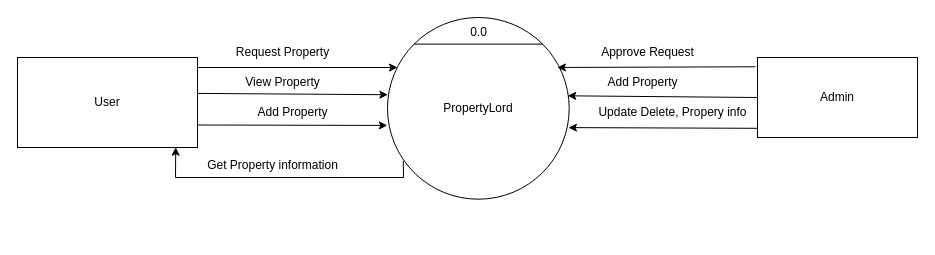
Above: Documentation/dfd.drawio in Suresh-Tamang/propertylord (draw.io), before the change. Source tidied: cells renumbered, new cells numbered last; positions are measured from the earlier drawing's top-left corner, leaving out a move shared by most shapes. Both pictures are drawn from the tidied source at 100%, with x=0, y=0 at pixel (17, 17).
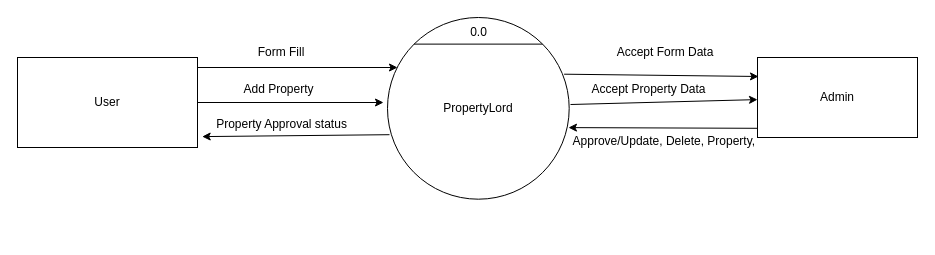
The same diagram, later.

Unchanged cells that the change refers to:
```xml
<mxCell id="4" value="User" style="rounded=0;whiteSpace=wrap;html=1;" parent="1" vertex="1">
  <mxGeometry y="40" width="180" height="90" as="geometry" />
</mxCell>
<mxCell id="6" value="PropertyLord" style="ellipse;whiteSpace=wrap;html=1;" parent="5" vertex="1">
  <mxGeometry width="181.7" height="181.7" as="geometry" />
</mxCell>
<mxCell id="9" value="Admin" style="rounded=0;whiteSpace=wrap;html=1;" parent="1" vertex="1">
  <mxGeometry x="740" y="40" width="160" height="80" as="geometry" />
</mxCell>
```

What changed in the source:
```diff
@@
-    <mxCell id="2" style="edgeStyle=none;html=1;exitX=1;exitY=0.75;exitDx=0;exitDy=0;entryX=-0.001;entryY=0.594;entryDx=0;entryDy=0;entryPerimeter=0;" parent="1" edge="1" source="4" target="6">
-      <mxGeometry relative="1" as="geometry" />
-    </mxCell>
-    <mxCell id="3" style="edgeStyle=none;html=1;exitX=0.087;exitY=0.789;exitDx=0;exitDy=0;entryX=0.879;entryY=0.997;entryDx=0;entryDy=0;entryPerimeter=0;rounded=0;exitPerimeter=0;" parent="1" edge="1" source="6" target="4">
-      <mxGeometry relative="1" as="geometry">
-        <Array as="points">
-          <mxPoint x="386" y="160" />
-          <mxPoint x="158" y="160" />
-        </Array>
-      </mxGeometry>
+    <mxCell id="3" style="edgeStyle=none;html=1;exitX=0.011;exitY=0.645;exitDx=0;exitDy=0;entryX=1.026;entryY=0.879;entryDx=0;entryDy=0;entryPerimeter=0;rounded=0;exitPerimeter=0;" parent="1" edge="1" source="6" target="4">
+      <mxGeometry relative="1" as="geometry" />
     </mxCell>
+    <mxCell id="22" style="edgeStyle=none;html=1;exitX=1;exitY=0.5;exitDx=0;exitDy=0;" parent="1" edge="1" source="4">
+      <mxGeometry relative="1" as="geometry">
+        <mxPoint x="366" y="85" as="targetPoint" />
+      </mxGeometry>
+    </mxCell>
@@
-    <mxCell id="11" value="Request Property" style="text;html=1;align=center;verticalAlign=middle;strokeColor=none;fillColor=none;" parent="1" vertex="1">
-      <mxGeometry x="205" y="20" width="120" height="30" as="geometry" />
-    </mxCell>
-    <mxCell id="12" style="endArrow=classic;html=1;entryX=0.002;entryY=0.425;entryDx=0;entryDy=0;entryPerimeter=0;exitX=1.003;exitY=0.399;exitDx=0;exitDy=0;exitPerimeter=0;" parent="1" edge="1" source="4" target="6">
-      <mxGeometry relative="1" as="geometry" />
-    </mxCell>
-    <mxCell id="13" value="View Property" style="text;html=1;align=center;verticalAlign=middle;strokeColor=none;fillColor=none;" parent="1" vertex="1">
-      <mxGeometry x="215" y="50" width="100" height="30" as="geometry" />
-    </mxCell>
-    <mxCell id="14" style="endArrow=classic;html=1;exitX=-0.013;exitY=0.116;exitDx=0;exitDy=0;exitPerimeter=0;entryX=0.935;entryY=0.275;entryDx=0;entryDy=0;entryPerimeter=0;" parent="1" edge="1" source="9" target="6">
-      <mxGeometry relative="1" as="geometry" />
+    <mxCell id="14" style="endArrow=classic;html=1;exitX=0.972;exitY=0.312;exitDx=0;exitDy=0;exitPerimeter=0;" parent="1" edge="1" source="6">
+      <mxGeometry relative="1" as="geometry">
+        <mxPoint x="741" y="59" as="targetPoint" />
+      </mxGeometry>
     </mxCell>
-    <mxCell id="15" value="Approve Request" style="text;html=1;align=center;verticalAlign=middle;strokeColor=none;fillColor=none;" parent="1" vertex="1">
-      <mxGeometry x="570" y="20" width="120" height="30" as="geometry" />
-    </mxCell>
-    <mxCell id="16" style="endArrow=classic;html=1;exitX=-0.013;exitY=0.116;exitDx=0;exitDy=0;exitPerimeter=0;entryX=0.992;entryY=0.431;entryDx=0;entryDy=0;entryPerimeter=0;" parent="1" edge="1" target="6">
+    <mxCell id="16" style="endArrow=classic;html=1;" parent="1" edge="1" target="9">
       <mxGeometry relative="1" as="geometry">
-        <mxPoint x="740" y="80" as="sourcePoint" />
+        <mxPoint x="553" y="87" as="sourcePoint" />
       </mxGeometry>
     </mxCell>
-    <mxCell id="17" value="Add Property" style="text;html=1;align=center;verticalAlign=middle;strokeColor=none;fillColor=none;" parent="1" vertex="1">
-      <mxGeometry x="580" y="50" width="90" height="30" as="geometry" />
+    <mxCell id="17" value="Accept Property Data" style="text;html=1;align=center;verticalAlign=middle;strokeColor=none;fillColor=none;" parent="1" vertex="1">
+      <mxGeometry x="565" y="59" width="132" height="26" as="geometry" />
     </mxCell>
@@
-    <mxCell id="19" value="Update Delete, Propery info" style="text;html=1;align=center;verticalAlign=middle;strokeColor=none;fillColor=none;" parent="1" vertex="1">
-      <mxGeometry x="570" y="80" width="170" height="30" as="geometry" />
+    <mxCell id="19" value="Approve/Update, Delete, Property,&amp;nbsp;" style="text;html=1;align=center;verticalAlign=middle;strokeColor=none;fillColor=none;" parent="1" vertex="1">
+      <mxGeometry x="546" y="111" width="204" height="26" as="geometry" />
     </mxCell>
+    <mxCell id="23" value="Accept Form Data" style="text;html=1;strokeColor=none;fillColor=none;align=center;verticalAlign=middle;whiteSpace=wrap;rounded=0;" parent="1" vertex="1">
+      <mxGeometry x="576" y="20" width="144" height="30" as="geometry" />
+    </mxCell>
+    <mxCell id="24" value="Form Fill" style="text;html=1;strokeColor=none;fillColor=none;align=center;verticalAlign=middle;whiteSpace=wrap;rounded=0;" parent="1" vertex="1">
+      <mxGeometry x="233.5" y="20" width="60" height="30" as="geometry" />
+    </mxCell>
+    <mxCell id="25" value="Property Approval status" style="text;html=1;align=center;verticalAlign=middle;strokeColor=none;fillColor=none;" parent="1" vertex="1">
+      <mxGeometry x="189" y="94" width="149" height="26" as="geometry" />
+    </mxCell>
     <mxCell id="20" value="Add Property" style="text;html=1;align=center;verticalAlign=middle;strokeColor=none;fillColor=none;" parent="1" vertex="1">
-      <mxGeometry x="230" y="80" width="90" height="30" as="geometry" />
+      <mxGeometry x="217" y="59" width="88" height="26" as="geometry" />
     </mxCell>
-    <mxCell id="21" value="&lt;br&gt;Get Property information" style="text;html=1;align=center;verticalAlign=middle;strokeColor=none;fillColor=none;" parent="1" vertex="1">
-      <mxGeometry x="180" y="120" width="150" height="40" as="geometry" />
-    </mxCell>
```
